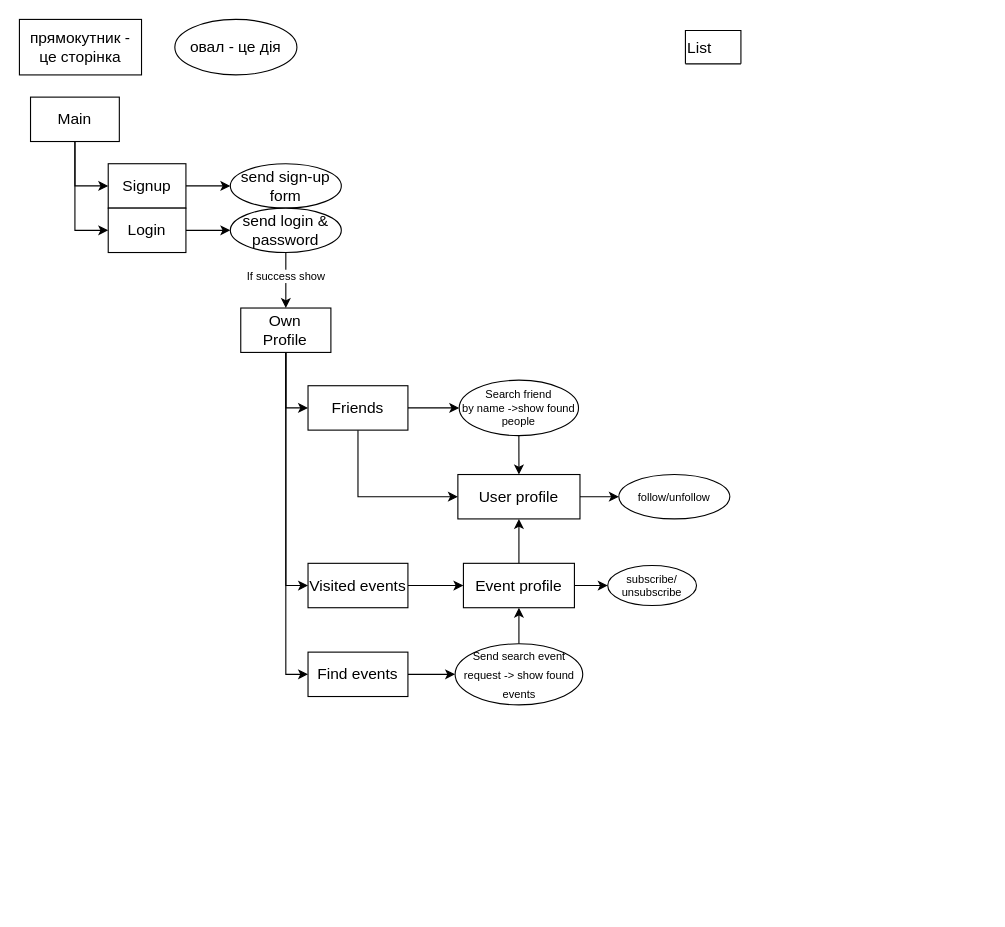
DeniesLie/SearchUp keeps this draw.io diagram as DiagramsForDevelopment/SiteStructure.drawio. Above is the earlier version. Source tidied: cells renumbered, new cells numbered last; positions are measured from the earlier drawing's top-left corner, leaving out a move shared by most shapes. Both pictures are drawn from the tidied source at 111%, with x=0, y=0 at pixel (19, 19).
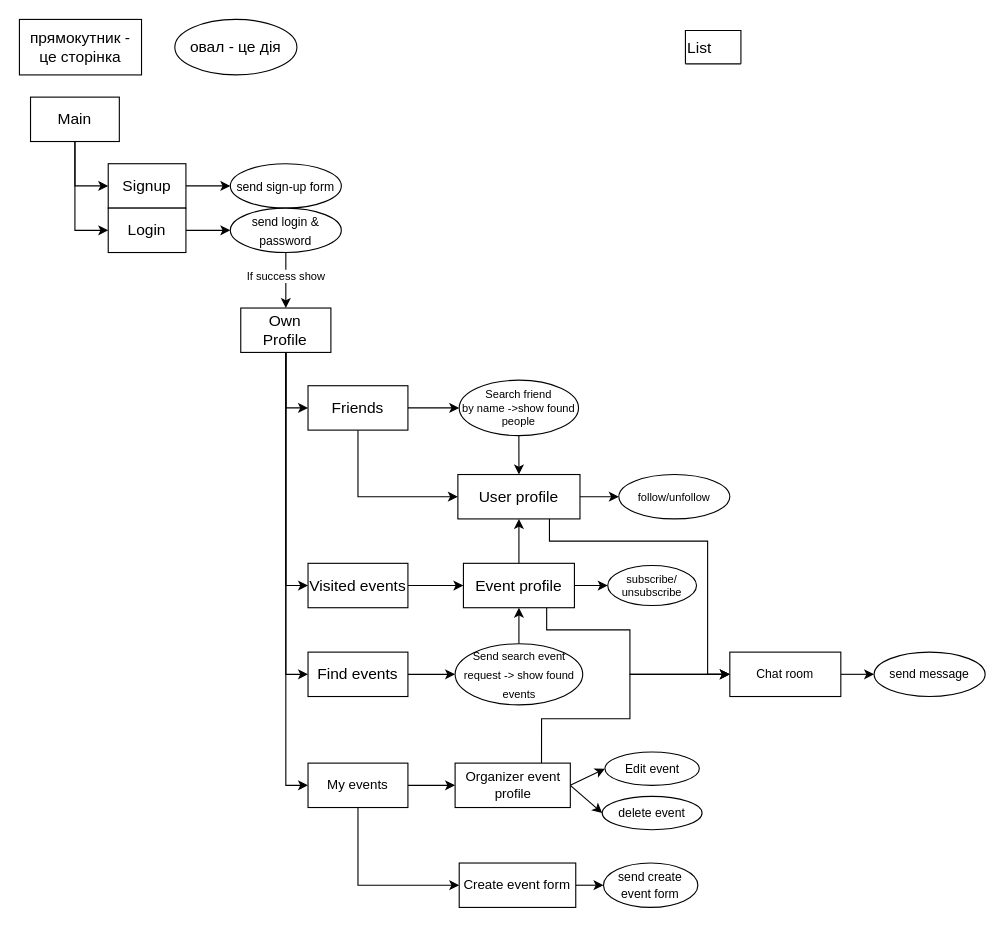
After the change.

The change refers to these unchanged cells:
```xml
<mxCell id="19" value="&lt;div align=&quot;center&quot;&gt;Own&lt;/div&gt;&lt;div align=&quot;center&quot;&gt;Profile&lt;br&gt;&lt;/div&gt;" style="rounded=0;whiteSpace=wrap;html=1;fontSize=14;align=center;" parent="1" vertex="1">
  <mxGeometry x="199.4" y="260" width="81.2" height="40" as="geometry" />
</mxCell>
<mxCell id="28" value="User profile" style="rounded=0;whiteSpace=wrap;html=1;fontSize=14;align=center;" parent="1" vertex="1">
  <mxGeometry x="395" y="410" width="110" height="40" as="geometry" />
</mxCell>
<mxCell id="31" value="Event profile" style="rounded=0;whiteSpace=wrap;html=1;fontSize=14;align=center;" parent="1" vertex="1">
  <mxGeometry x="400" y="490" width="100" height="40" as="geometry" />
</mxCell>
```

What changed in the source:
```diff
@@
-    <mxCell id="12" value="send sign-up form" style="ellipse;whiteSpace=wrap;html=1;fontSize=14;align=center;" parent="1" vertex="1">
+    <mxCell id="12" value="&lt;font style=&quot;font-size: 11px&quot;&gt;send sign-up form&lt;/font&gt;" style="ellipse;whiteSpace=wrap;html=1;fontSize=14;align=center;" parent="1" vertex="1">
       <mxGeometry x="190" y="130" width="100" height="40" as="geometry" />
     </mxCell>
@@
-    <mxCell id="15" value="send login &amp;amp; password" style="ellipse;whiteSpace=wrap;html=1;fontSize=14;align=center;" parent="1" vertex="1">
+    <mxCell id="15" value="&lt;font style=&quot;font-size: 11px&quot;&gt;send login &amp;amp; password&lt;/font&gt;" style="ellipse;whiteSpace=wrap;html=1;fontSize=14;align=center;" parent="1" vertex="1">
       <mxGeometry x="190" y="170" width="100" height="40" as="geometry" />
     </mxCell>
@@
+    <mxCell id="38" style="edgeStyle=orthogonalEdgeStyle;rounded=0;jettySize=auto;html=1;entryX=0;entryY=0.5;entryDx=0;entryDy=0;" parent="1" edge="1" source="19" target="43">
+      <mxGeometry relative="1" as="geometry" />
+    </mxCell>
@@
+    <mxCell id="39" style="edgeStyle=orthogonalEdgeStyle;rounded=0;jettySize=auto;html=1;exitX=0.75;exitY=1;exitDx=0;exitDy=0;entryX=0;entryY=0.5;entryDx=0;entryDy=0;fontSize=11;" parent="1" edge="1" source="28" target="54">
+      <mxGeometry relative="1" as="geometry">
+        <Array as="points">
+          <mxPoint x="478" y="470" />
+          <mxPoint x="620" y="470" />
+          <mxPoint x="620" y="590" />
+        </Array>
+      </mxGeometry>
+    </mxCell>
@@
+    <mxCell id="40" style="edgeStyle=orthogonalEdgeStyle;rounded=0;jettySize=auto;html=1;exitX=0.75;exitY=1;exitDx=0;exitDy=0;entryX=0;entryY=0.5;entryDx=0;entryDy=0;fontSize=11;" parent="1" edge="1" source="31" target="54">
+      <mxGeometry relative="1" as="geometry">
+        <Array as="points">
+          <mxPoint x="475" y="550" />
+          <mxPoint x="550" y="550" />
+          <mxPoint x="550" y="590" />
+        </Array>
+      </mxGeometry>
+    </mxCell>
@@
+    <mxCell id="41" style="edgeStyle=orthogonalEdgeStyle;rounded=0;jettySize=auto;html=1;entryX=0;entryY=0.5;entryDx=0;entryDy=0;" parent="1" edge="1" source="43" target="49">
+      <mxGeometry relative="1" as="geometry">
+        <Array as="points">
+          <mxPoint x="380" y="690" />
+          <mxPoint x="380" y="690" />
+        </Array>
+      </mxGeometry>
+    </mxCell>
+    <mxCell id="42" style="edgeStyle=orthogonalEdgeStyle;rounded=0;jettySize=auto;html=1;exitX=0.5;exitY=1;exitDx=0;exitDy=0;entryX=0;entryY=0.5;entryDx=0;entryDy=0;" parent="1" edge="1" source="43" target="45">
+      <mxGeometry relative="1" as="geometry">
+        <Array as="points">
+          <mxPoint x="305" y="780" />
+        </Array>
+      </mxGeometry>
+    </mxCell>
+    <mxCell id="43" value="My events" style="rounded=0;whiteSpace=wrap;html=1;" parent="1" vertex="1">
+      <mxGeometry x="260" y="670" width="90" height="40" as="geometry" />
+    </mxCell>
+    <mxCell id="44" style="edgeStyle=orthogonalEdgeStyle;rounded=0;jettySize=auto;html=1;exitX=1;exitY=0.5;exitDx=0;exitDy=0;entryX=0;entryY=0.5;entryDx=0;entryDy=0;" parent="1" edge="1" source="45" target="50">
+      <mxGeometry relative="1" as="geometry" />
+    </mxCell>
+    <mxCell id="45" value="Create event form" style="rounded=0;whiteSpace=wrap;html=1;" parent="1" vertex="1">
+      <mxGeometry x="396.2" y="760" width="105" height="40" as="geometry" />
+    </mxCell>
+    <mxCell id="46" style="edgeStyle=none;rounded=0;jettySize=auto;html=1;exitX=1;exitY=0.5;exitDx=0;exitDy=0;entryX=0;entryY=0.5;entryDx=0;entryDy=0;" parent="1" edge="1" source="49" target="51">
+      <mxGeometry relative="1" as="geometry" />
+    </mxCell>
+    <mxCell id="47" style="edgeStyle=none;rounded=0;jettySize=auto;html=1;exitX=1;exitY=0.5;exitDx=0;exitDy=0;entryX=0;entryY=0.5;entryDx=0;entryDy=0;" parent="1" edge="1" source="49" target="52">
+      <mxGeometry relative="1" as="geometry" />
+    </mxCell>
+    <mxCell id="48" style="edgeStyle=orthogonalEdgeStyle;rounded=0;jettySize=auto;html=1;exitX=0.75;exitY=0;exitDx=0;exitDy=0;entryX=0;entryY=0.5;entryDx=0;entryDy=0;fontSize=11;" parent="1" edge="1" source="49" target="54">
+      <mxGeometry relative="1" as="geometry">
+        <Array as="points">
+          <mxPoint x="470" y="630" />
+          <mxPoint x="550" y="630" />
+          <mxPoint x="550" y="590" />
+        </Array>
+      </mxGeometry>
+    </mxCell>
+    <mxCell id="49" value="Organizer event profile" style="rounded=0;whiteSpace=wrap;html=1;" parent="1" vertex="1">
+      <mxGeometry x="392.5" y="670" width="103.8" height="40" as="geometry" />
+    </mxCell>
+    <mxCell id="50" value="&lt;font style=&quot;font-size: 11px&quot;&gt;send create event form&lt;/font&gt;" style="ellipse;whiteSpace=wrap;html=1;" parent="1" vertex="1">
+      <mxGeometry x="526.2" y="760" width="85" height="40" as="geometry" />
+    </mxCell>
+    <mxCell id="51" value="&lt;font style=&quot;font-size: 11px&quot;&gt;Edit event&lt;/font&gt;" style="ellipse;whiteSpace=wrap;html=1;" parent="1" vertex="1">
+      <mxGeometry x="527.5" y="660" width="85" height="30" as="geometry" />
+    </mxCell>
+    <mxCell id="52" value="&lt;font style=&quot;font-size: 11px&quot;&gt;delete event&lt;/font&gt;" style="ellipse;whiteSpace=wrap;html=1;" parent="1" vertex="1">
+      <mxGeometry x="525" y="700" width="90" height="30" as="geometry" />
+    </mxCell>
+    <mxCell id="53" style="edgeStyle=orthogonalEdgeStyle;rounded=0;jettySize=auto;html=1;exitX=1;exitY=0.5;exitDx=0;exitDy=0;entryX=0;entryY=0.5;entryDx=0;entryDy=0;fontSize=11;" parent="1" edge="1" source="54" target="55">
+      <mxGeometry relative="1" as="geometry" />
+    </mxCell>
+    <mxCell id="54" value="Chat room" style="rounded=0;whiteSpace=wrap;html=1;fontSize=11;" parent="1" vertex="1">
+      <mxGeometry x="640" y="570" width="100" height="40" as="geometry" />
+    </mxCell>
+    <mxCell id="55" value="send message" style="ellipse;whiteSpace=wrap;html=1;fontSize=11;" parent="1" vertex="1">
+      <mxGeometry x="770" y="570" width="100" height="40" as="geometry" />
+    </mxCell>
```
